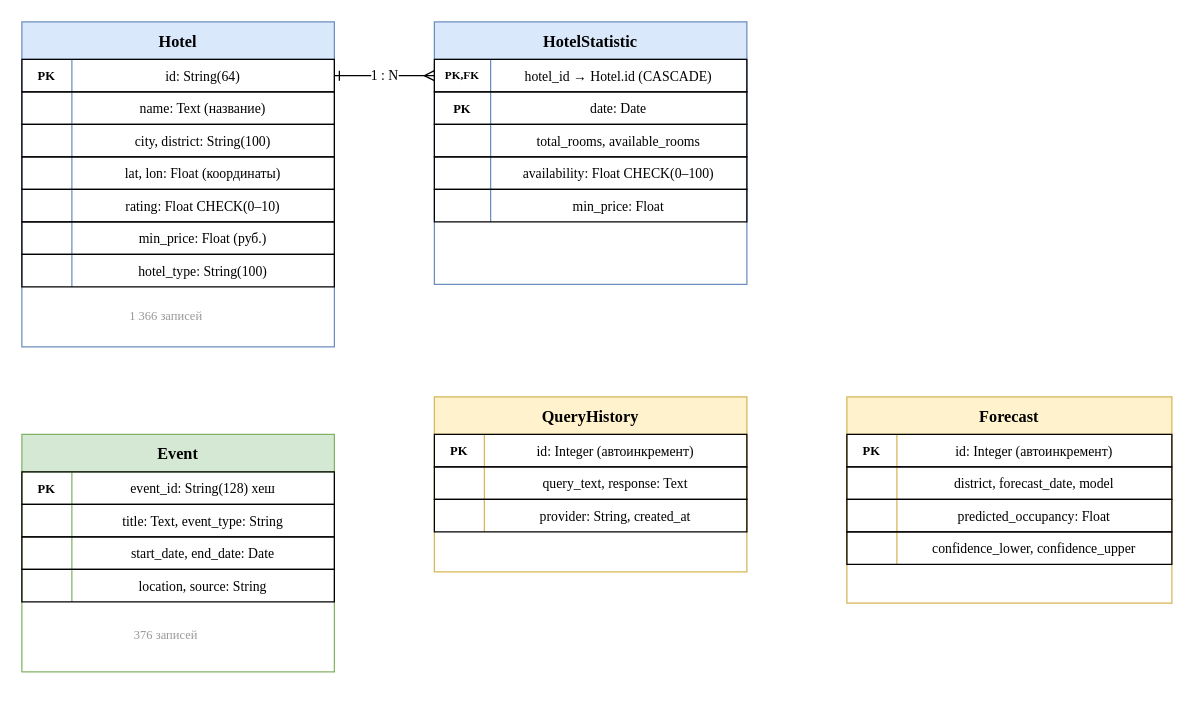
This is docs/vkr/figures/figure_2_er_diagram.drawio from Vad1mah/irkutsk-tourism-ias, a draw.io file, before an edit. Source tidied: cells renumbered, new cells numbered last; positions are measured from the earlier drawing's top-left corner, leaving out a move shared by most shapes. Both pictures are drawn from the tidied source at 125%, with x=0, y=0 at pixel (21, 21).
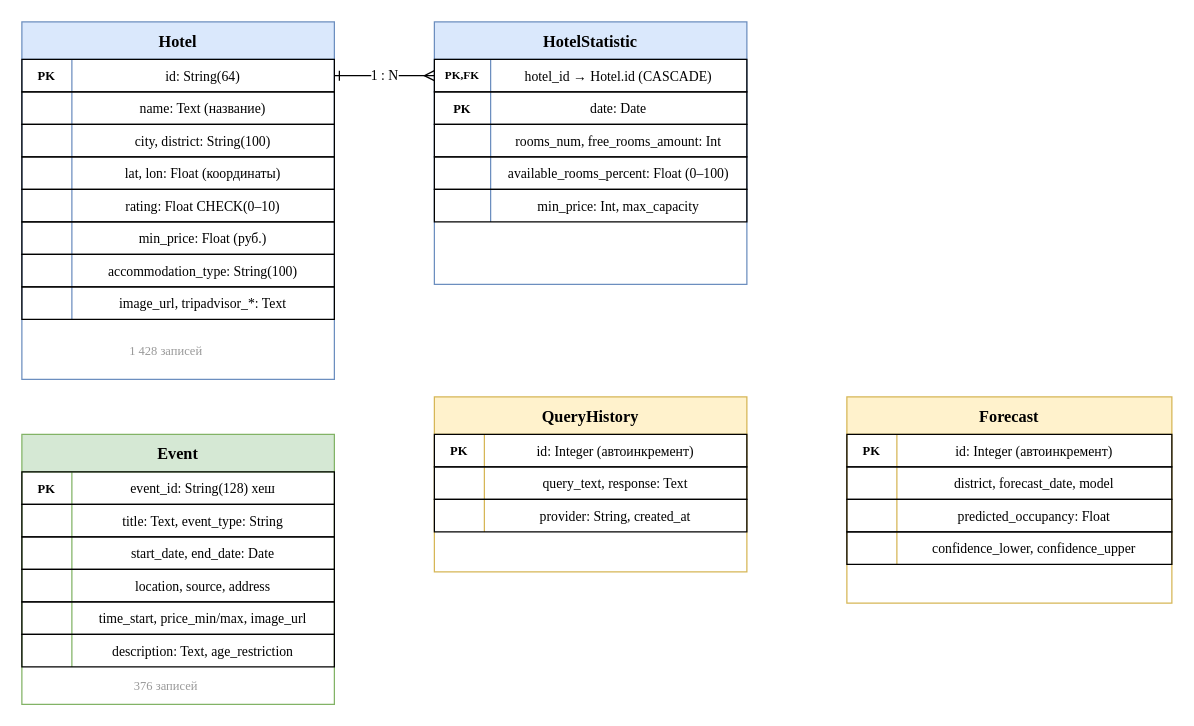
The same diagram, later.

Unchanged cells that the change refers to:
```xml
<mxCell id="21" style="shape=tableRow;horizontal=0;startSize=0;swimlaneHead=0;swimlaneBody=0;fillColor=none;fontSize=11;fontFamily=Times New Roman;" parent="2" vertex="1">
  <mxGeometry y="186" width="250" height="26" as="geometry" />
</mxCell>
<mxCell id="32" style="shape=tableRow;horizontal=0;startSize=0;swimlaneHead=0;swimlaneBody=0;fillColor=none;fontSize=11;fontFamily=Times New Roman;" parent="25" vertex="1">
  <mxGeometry y="82" width="250" height="26" as="geometry" />
</mxCell>
<mxCell id="35" style="shape=tableRow;horizontal=0;startSize=0;swimlaneHead=0;swimlaneBody=0;fillColor=none;fontSize=11;fontFamily=Times New Roman;" parent="25" vertex="1">
  <mxGeometry y="108" width="250" height="26" as="geometry" />
</mxCell>
<mxCell id="38" style="shape=tableRow;horizontal=0;startSize=0;swimlaneHead=0;swimlaneBody=0;fillColor=none;fontSize=11;fontFamily=Times New Roman;" parent="25" vertex="1">
  <mxGeometry y="134" width="250" height="26" as="geometry" />
</mxCell>
<mxCell id="51" style="shape=tableRow;horizontal=0;startSize=0;swimlaneHead=0;swimlaneBody=0;fillColor=none;fontSize=11;fontFamily=Times New Roman;" parent="41" vertex="1">
  <mxGeometry y="108" width="250" height="26" as="geometry" />
</mxCell>
```

Change to the diagram source:
```diff
@@
     <mxCell id="2" value="Hotel" style="shape=table;startSize=30;childLayout=tableLayout;rowLines=0;fontStyle=1;align=center;fillColor=#dae8fc;strokeColor=#6c8ebf;fontSize=13;fontFamily=Times New Roman;" parent="1" vertex="1">
-      <mxGeometry width="250" height="260" as="geometry" />
+      <mxGeometry width="250" height="286" as="geometry" />
     </mxCell>
@@
-    <mxCell id="23" value="hotel_type: String(100)" style="shape=partialRectangle;fillColor=none;top=0;left=0;bottom=0;right=0;overflow=hidden;fontSize=11;fontFamily=Times New Roman;" parent="21" vertex="1">
+    <mxCell id="23" value="accommodation_type: String(100)" style="shape=partialRectangle;fillColor=none;top=0;left=0;bottom=0;right=0;overflow=hidden;fontSize=11;fontFamily=Times New Roman;" parent="21" vertex="1">
       <mxGeometry x="40" width="210" height="26" as="geometry" />
     </mxCell>
+    <mxCell id="79" style="shape=tableRow;horizontal=0;startSize=0;swimlaneHead=0;swimlaneBody=0;fillColor=none;fontSize=11;fontFamily=Times New Roman;" parent="2" vertex="1">
+      <mxGeometry y="212" width="250" height="26" as="geometry" />
+    </mxCell>
+    <mxCell id="80" style="shape=partialRectangle;fillColor=none;top=0;left=0;bottom=0;right=0;overflow=hidden;fontSize=10;fontFamily=Times New Roman;" parent="79" vertex="1">
+      <mxGeometry width="40" height="26" as="geometry" />
+    </mxCell>
+    <mxCell id="81" value="image_url, tripadvisor_*: Text" style="shape=partialRectangle;fillColor=none;top=0;left=0;bottom=0;right=0;overflow=hidden;fontSize=11;fontFamily=Times New Roman;" parent="79" vertex="1">
+      <mxGeometry x="40" width="210" height="26" as="geometry" />
+    </mxCell>
-    <mxCell id="24" value="1 366 записей" style="text;html=1;align=center;verticalAlign=middle;strokeColor=none;fillColor=none;fontSize=10;fontFamily=Times New Roman;fontColor=#999999;" parent="2" vertex="1">
-      <mxGeometry x="70" y="220" width="90" height="30" as="geometry" />
+    <mxCell id="24" value="1 428 записей" style="text;html=1;align=center;verticalAlign=middle;strokeColor=none;fillColor=none;fontSize=10;fontFamily=Times New Roman;fontColor=#999999;" parent="2" vertex="1">
+      <mxGeometry x="70" y="248" width="90" height="30" as="geometry" />
     </mxCell>
@@
-    <mxCell id="34" value="total_rooms, available_rooms" style="shape=partialRectangle;fillColor=none;top=0;left=0;bottom=0;right=0;overflow=hidden;fontSize=11;fontFamily=Times New Roman;" parent="32" vertex="1">
+    <mxCell id="34" value="rooms_num, free_rooms_amount: Int" style="shape=partialRectangle;fillColor=none;top=0;left=0;bottom=0;right=0;overflow=hidden;fontSize=11;fontFamily=Times New Roman;" parent="32" vertex="1">
       <mxGeometry x="45" width="205" height="26" as="geometry" />
     </mxCell>
@@
-    <mxCell id="37" value="availability: Float CHECK(0–100)" style="shape=partialRectangle;fillColor=none;top=0;left=0;bottom=0;right=0;overflow=hidden;fontSize=11;fontFamily=Times New Roman;" parent="35" vertex="1">
+    <mxCell id="37" value="available_rooms_percent: Float (0–100)" style="shape=partialRectangle;fillColor=none;top=0;left=0;bottom=0;right=0;overflow=hidden;fontSize=11;fontFamily=Times New Roman;" parent="35" vertex="1">
       <mxGeometry x="45" width="205" height="26" as="geometry" />
     </mxCell>
@@
-    <mxCell id="40" value="min_price: Float" style="shape=partialRectangle;fillColor=none;top=0;left=0;bottom=0;right=0;overflow=hidden;fontSize=11;fontFamily=Times New Roman;" parent="38" vertex="1">
+    <mxCell id="40" value="min_price: Int, max_capacity" style="shape=partialRectangle;fillColor=none;top=0;left=0;bottom=0;right=0;overflow=hidden;fontSize=11;fontFamily=Times New Roman;" parent="38" vertex="1">
       <mxGeometry x="45" width="205" height="26" as="geometry" />
     </mxCell>
     <mxCell id="41" value="Event" style="shape=table;startSize=30;childLayout=tableLayout;rowLines=0;fontStyle=1;align=center;fillColor=#d5e8d4;strokeColor=#82b366;fontSize=13;fontFamily=Times New Roman;" parent="1" vertex="1">
-      <mxGeometry y="330" width="250" height="190" as="geometry" />
+      <mxGeometry y="330" width="250" height="216" as="geometry" />
     </mxCell>
@@
-    <mxCell id="53" value="location, source: String" style="shape=partialRectangle;fillColor=none;top=0;left=0;bottom=0;right=0;overflow=hidden;fontSize=11;fontFamily=Times New Roman;" parent="51" vertex="1">
+    <mxCell id="53" value="location, source, address" style="shape=partialRectangle;fillColor=none;top=0;left=0;bottom=0;right=0;overflow=hidden;fontSize=11;fontFamily=Times New Roman;" parent="51" vertex="1">
       <mxGeometry x="40" width="210" height="26" as="geometry" />
     </mxCell>
+    <mxCell id="82" style="shape=tableRow;horizontal=0;startSize=0;swimlaneHead=0;swimlaneBody=0;fillColor=none;fontSize=11;fontFamily=Times New Roman;" parent="41" vertex="1">
+      <mxGeometry y="134" width="250" height="26" as="geometry" />
+    </mxCell>
+    <mxCell id="83" style="shape=partialRectangle;fillColor=none;top=0;left=0;bottom=0;right=0;overflow=hidden;fontSize=10;fontFamily=Times New Roman;" parent="82" vertex="1">
+      <mxGeometry width="40" height="26" as="geometry" />
+    </mxCell>
+    <mxCell id="84" value="time_start, price_min/max, image_url" style="shape=partialRectangle;fillColor=none;top=0;left=0;bottom=0;right=0;overflow=hidden;fontSize=11;fontFamily=Times New Roman;" parent="82" vertex="1">
+      <mxGeometry x="40" width="210" height="26" as="geometry" />
+    </mxCell>
+    <mxCell id="85" style="shape=tableRow;horizontal=0;startSize=0;swimlaneHead=0;swimlaneBody=0;fillColor=none;fontSize=11;fontFamily=Times New Roman;" parent="41" vertex="1">
+      <mxGeometry y="160" width="250" height="26" as="geometry" />
+    </mxCell>
+    <mxCell id="86" style="shape=partialRectangle;fillColor=none;top=0;left=0;bottom=0;right=0;overflow=hidden;fontSize=10;fontFamily=Times New Roman;" parent="85" vertex="1">
+      <mxGeometry width="40" height="26" as="geometry" />
+    </mxCell>
+    <mxCell id="87" value="description: Text, age_restriction" style="shape=partialRectangle;fillColor=none;top=0;left=0;bottom=0;right=0;overflow=hidden;fontSize=11;fontFamily=Times New Roman;" parent="85" vertex="1">
+      <mxGeometry x="40" width="210" height="26" as="geometry" />
+    </mxCell>
     <mxCell id="54" value="376 записей" style="text;html=1;align=center;verticalAlign=middle;strokeColor=none;fillColor=none;fontSize=10;fontFamily=Times New Roman;fontColor=#999999;" parent="41" vertex="1">
-      <mxGeometry x="75" y="145" width="80" height="30" as="geometry" />
+      <mxGeometry x="75" y="190" width="80" height="22" as="geometry" />
     </mxCell>
```
